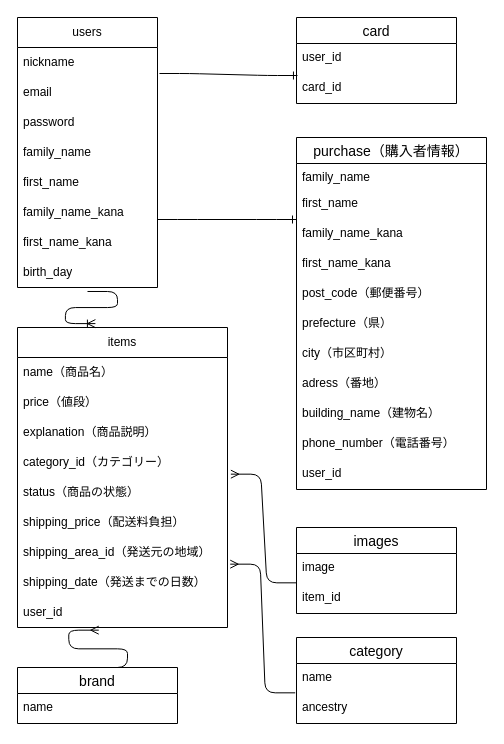
Before: page "ページ1" (1 of 2) of test.dio in kentakko/furima-39377, a draw.io diagram. Source tidied: cells renumbered, new cells numbered last; positions are measured from the earlier drawing's top-left corner, leaving out a move shared by most shapes. Both pictures are drawn from the tidied source at 100%, with x=0, y=0 at pixel (17, 17).
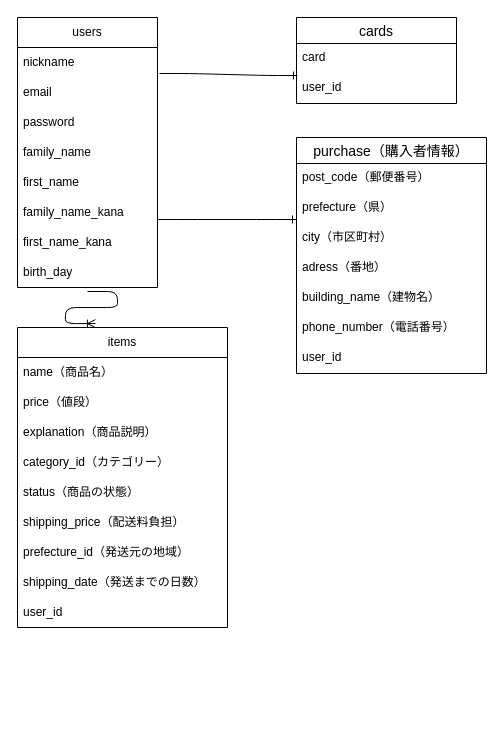
The same page after the edit.

The change refers to these unchanged cells:
```xml
<mxCell id="11" value="items" style="swimlane;fontStyle=0;horizontal=1;startSize=30;whiteSpace=wrap;html=1;" parent="1" vertex="1">
  <mxGeometry y="310" width="210" height="300" as="geometry" />
</mxCell>
<mxCell id="16" value="status（商品の状態）" style="text;strokeColor=none;fillColor=none;align=left;verticalAlign=middle;spacingLeft=4;spacingRight=4;overflow=hidden;points=[[0,0.5],[1,0.5]];portConstraint=eastwest;whiteSpace=wrap;html=1;" parent="11" vertex="1">
  <mxGeometry y="150" width="210" height="30" as="geometry" />
</mxCell>
<mxCell id="19" value="shipping_date（発送までの日数）" style="text;strokeColor=none;fillColor=none;align=left;verticalAlign=middle;spacingLeft=4;spacingRight=4;overflow=hidden;points=[[0,0.5],[1,0.5]];portConstraint=eastwest;whiteSpace=wrap;html=1;" parent="11" vertex="1">
  <mxGeometry y="240" width="210" height="30" as="geometry" />
</mxCell>
<mxCell id="20" value="user_id" style="text;strokeColor=none;fillColor=none;align=left;verticalAlign=middle;spacingLeft=4;spacingRight=4;overflow=hidden;points=[[0,0.5],[1,0.5]];portConstraint=eastwest;whiteSpace=wrap;html=1;" parent="11" vertex="1">
  <mxGeometry y="270" width="210" height="30" as="geometry" />
</mxCell>
```

What changed in the source:
```diff
@@
-    <mxCell id="18" value="shipping_area_id（発送元の地域）" style="text;strokeColor=none;fillColor=none;align=left;verticalAlign=middle;spacingLeft=4;spacingRight=4;overflow=hidden;whiteSpace=wrap;html=1;" parent="11" vertex="1">
+    <mxCell id="18" value="prefecture_id（発送元の地域）" style="text;strokeColor=none;fillColor=none;align=left;verticalAlign=middle;spacingLeft=4;spacingRight=4;overflow=hidden;whiteSpace=wrap;html=1;" parent="11" vertex="1">
       <mxGeometry y="210" width="210" height="30" as="geometry" />
     </mxCell>
@@
-    <mxCell id="21" value="card" style="swimlane;fontStyle=0;horizontal=1;startSize=26;align=center;fontSize=14;" parent="1" vertex="1">
+    <mxCell id="21" value="cards" style="swimlane;fontStyle=0;horizontal=1;startSize=26;align=center;fontSize=14;" parent="1" vertex="1">
       <mxGeometry x="279" width="160" height="86" as="geometry" />
     </mxCell>
-    <mxCell id="22" value="user_id" style="text;strokeColor=none;fillColor=none;spacingLeft=4;spacingRight=4;overflow=hidden;fontSize=12;" parent="21" vertex="1">
+    <mxCell id="22" value="card" style="text;strokeColor=none;fillColor=none;spacingLeft=4;spacingRight=4;overflow=hidden;fontSize=12;" parent="21" vertex="1">
       <mxGeometry y="26" width="160" height="30" as="geometry" />
     </mxCell>
-    <mxCell id="23" value="card_id" style="text;strokeColor=none;fillColor=none;spacingLeft=4;spacingRight=4;overflow=hidden;points=[[0,0.5],[1,0.5]];portConstraint=eastwest;fontSize=12;" parent="21" vertex="1">
+    <mxCell id="23" value="user_id" style="text;strokeColor=none;fillColor=none;spacingLeft=4;spacingRight=4;overflow=hidden;points=[[0,0.5],[1,0.5]];portConstraint=eastwest;fontSize=12;" parent="21" vertex="1">
       <mxGeometry y="56" width="160" height="30" as="geometry" />
     </mxCell>
     <mxCell id="24" value="purchase（購入者情報）" style="swimlane;fontStyle=0;horizontal=1;startSize=26;align=center;fontSize=14;" parent="1" vertex="1">
-      <mxGeometry x="279" y="120" width="190" height="352" as="geometry" />
+      <mxGeometry x="279" y="120" width="190" height="236" as="geometry" />
     </mxCell>
-    <mxCell id="25" value="family_name" style="text;strokeColor=none;fillColor=none;spacingLeft=4;spacingRight=4;overflow=hidden;fontSize=12;" parent="24" vertex="1">
-      <mxGeometry y="26" width="190" height="26" as="geometry" />
-    </mxCell>
-    <mxCell id="26" value="first_name" style="text;strokeColor=none;fillColor=none;spacingLeft=4;spacingRight=4;overflow=hidden;fontSize=12;" parent="24" vertex="1">
-      <mxGeometry y="52" width="190" height="30" as="geometry" />
-    </mxCell>
-    <mxCell id="27" value="family_name_kana&#10;" style="text;strokeColor=none;fillColor=none;spacingLeft=4;spacingRight=4;overflow=hidden;fontSize=12;" parent="24" vertex="1">
-      <mxGeometry y="82" width="190" height="30" as="geometry" />
-    </mxCell>
-    <mxCell id="28" value="first_name_kana" style="text;strokeColor=none;fillColor=none;spacingLeft=4;spacingRight=4;overflow=hidden;fontSize=12;" parent="24" vertex="1">
-      <mxGeometry y="112" width="190" height="30" as="geometry" />
-    </mxCell>
     <mxCell id="29" value="post_code（郵便番号）&#10;" style="text;strokeColor=none;fillColor=none;spacingLeft=4;spacingRight=4;overflow=hidden;fontSize=12;" parent="24" vertex="1">
-      <mxGeometry y="142" width="190" height="30" as="geometry" />
+      <mxGeometry y="26" width="190" height="30" as="geometry" />
     </mxCell>
     <mxCell id="30" value="prefecture（県）&#10;" style="text;strokeColor=none;fillColor=none;spacingLeft=4;spacingRight=4;overflow=hidden;fontSize=12;" parent="24" vertex="1">
-      <mxGeometry y="172" width="190" height="30" as="geometry" />
+      <mxGeometry y="56" width="190" height="30" as="geometry" />
     </mxCell>
     <mxCell id="31" value="city（市区町村）" style="text;strokeColor=none;fillColor=none;spacingLeft=4;spacingRight=4;overflow=hidden;fontSize=12;" parent="24" vertex="1">
-      <mxGeometry y="202" width="190" height="30" as="geometry" />
+      <mxGeometry y="86" width="190" height="30" as="geometry" />
     </mxCell>
     <mxCell id="32" value="adress（番地）&#10;" style="text;strokeColor=none;fillColor=none;spacingLeft=4;spacingRight=4;overflow=hidden;fontSize=12;" parent="24" vertex="1">
-      <mxGeometry y="232" width="190" height="30" as="geometry" />
+      <mxGeometry y="116" width="190" height="30" as="geometry" />
     </mxCell>
     <mxCell id="33" value="building_name（建物名）&#10;" style="text;strokeColor=none;fillColor=none;spacingLeft=4;spacingRight=4;overflow=hidden;fontSize=12;" parent="24" vertex="1">
-      <mxGeometry y="262" width="190" height="30" as="geometry" />
+      <mxGeometry y="146" width="190" height="30" as="geometry" />
     </mxCell>
     <mxCell id="34" value="phone_number（電話番号）&#10;" style="text;strokeColor=none;fillColor=none;spacingLeft=4;spacingRight=4;overflow=hidden;fontSize=12;" parent="24" vertex="1">
-      <mxGeometry y="292" width="190" height="30" as="geometry" />
+      <mxGeometry y="176" width="190" height="30" as="geometry" />
     </mxCell>
     <mxCell id="35" value="user_id" style="text;strokeColor=none;fillColor=none;spacingLeft=4;spacingRight=4;overflow=hidden;fontSize=12;" parent="24" vertex="1">
-      <mxGeometry y="322" width="190" height="30" as="geometry" />
+      <mxGeometry y="206" width="190" height="30" as="geometry" />
     </mxCell>
@@
-    <mxCell id="38" value="images" style="swimlane;fontStyle=0;horizontal=1;startSize=26;align=center;fontSize=14;" parent="1" vertex="1">
-      <mxGeometry x="279" y="510" width="160" height="86" as="geometry" />
-    </mxCell>
-    <mxCell id="39" value="image&#10;" style="text;strokeColor=none;fillColor=none;spacingLeft=4;spacingRight=4;overflow=hidden;fontSize=12;" parent="38" vertex="1">
-      <mxGeometry y="26" width="160" height="30" as="geometry" />
-    </mxCell>
-    <mxCell id="40" value="item_id" style="text;strokeColor=none;fillColor=none;spacingLeft=4;spacingRight=4;overflow=hidden;points=[[0,0.5],[1,0.5]];portConstraint=eastwest;fontSize=12;" parent="38" vertex="1">
-      <mxGeometry y="56" width="160" height="30" as="geometry" />
-    </mxCell>
-    <mxCell id="41" value="category" style="swimlane;fontStyle=0;horizontal=1;startSize=26;align=center;fontSize=14;" parent="1" vertex="1">
-      <mxGeometry x="279" y="620" width="160" height="86" as="geometry" />
-    </mxCell>
-    <mxCell id="42" value="name&#10;" style="text;strokeColor=none;fillColor=none;spacingLeft=4;spacingRight=4;overflow=hidden;points=[[0,0.5],[1,0.5]];portConstraint=eastwest;fontSize=12;" parent="41" vertex="1">
-      <mxGeometry y="26" width="160" height="30" as="geometry" />
-    </mxCell>
-    <mxCell id="43" value="ancestry" style="text;strokeColor=none;fillColor=none;spacingLeft=4;spacingRight=4;overflow=hidden;fontSize=12;" parent="41" vertex="1">
-      <mxGeometry y="56" width="160" height="30" as="geometry" />
-    </mxCell>
-    <mxCell id="44" value="brand" style="swimlane;fontStyle=0;horizontal=1;startSize=26;align=center;fontSize=14;" parent="1" vertex="1">
-      <mxGeometry y="650" width="160" height="56" as="geometry" />
-    </mxCell>
-    <mxCell id="45" value="name" style="text;strokeColor=none;fillColor=none;spacingLeft=4;spacingRight=4;overflow=hidden;fontSize=12;" parent="44" vertex="1">
-      <mxGeometry y="26" width="160" height="30" as="geometry" />
-    </mxCell>
-    <mxCell id="46" style="edgeStyle=entityRelationEdgeStyle;fontSize=12;html=1;endArrow=ERmany;entryX=1.016;entryY=-0.111;entryDx=0;entryDy=0;entryPerimeter=0;exitX=0.002;exitY=-0.022;exitDx=0;exitDy=0;exitPerimeter=0;" parent="1" edge="1" source="40" target="16">
-      <mxGeometry relative="1" as="geometry" />
-    </mxCell>
-    <mxCell id="47" style="edgeStyle=entityRelationEdgeStyle;fontSize=12;html=1;endArrow=ERmany;entryX=1.013;entryY=-0.111;entryDx=0;entryDy=0;entryPerimeter=0;exitX=-0.008;exitY=0.978;exitDx=0;exitDy=0;exitPerimeter=0;" parent="1" edge="1" source="42" target="19">
-      <mxGeometry relative="1" as="geometry" />
-    </mxCell>
-    <mxCell id="48" style="edgeStyle=entityRelationEdgeStyle;fontSize=12;html=1;endArrow=ERmany;entryX=0.387;entryY=1.089;entryDx=0;entryDy=0;entryPerimeter=0;exitX=0.5;exitY=0;exitDx=0;exitDy=0;" parent="1" edge="1" source="44" target="20">
-      <mxGeometry relative="1" as="geometry" />
-    </mxCell>
```
